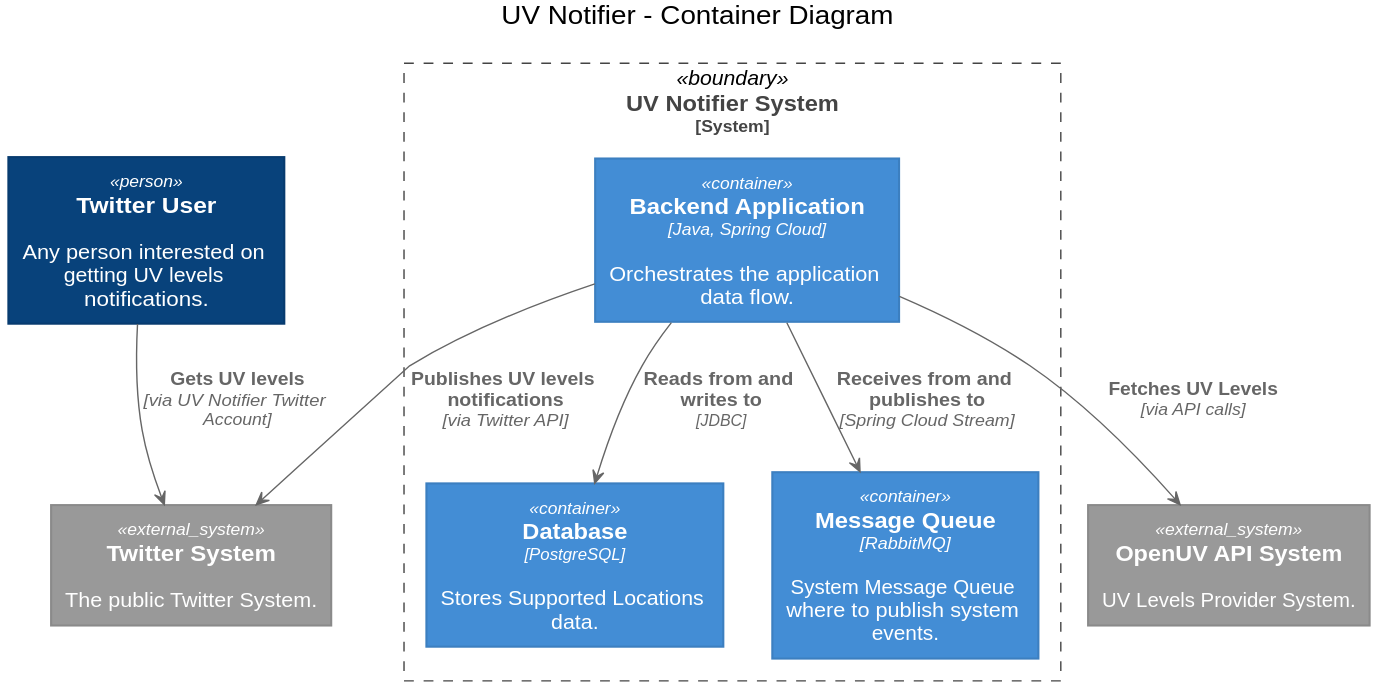
Before: docs/UVNotifier-ContainerDiagram.svg, a diagram exported from PlantUML (GrayRaccoon/UV-Notifier-bot).
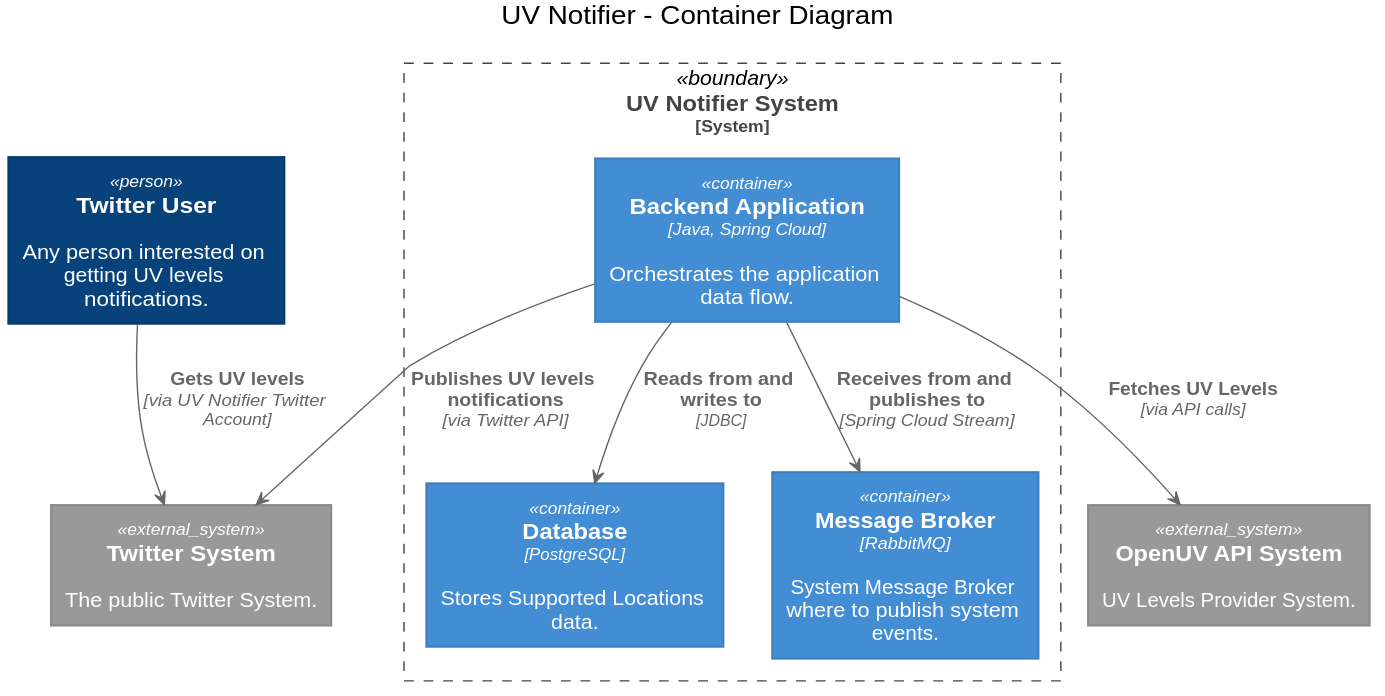
After the change.

Commit message:
[#6uj2wy] First draft of High level system design document.

Diff of the diagram source:
```diff
@@ -248,7 +248,7 @@
 rectangle "==UV Notifier System\n<size:12>[System]</size>" <<boundary>> as uvNotifierSystem {
     rectangle "==Backend Application\n//<size:12>[Java, Spring Cloud]</size>//\n\n Orchestrates the application data flow." <<container>> as backendContainer
     rectangle "==Database\n//<size:12>[PostgreSQL]</size>//\n\n Stores Supported Locations data." <<container>> as databaseContainer
-    rectangle "==Message Queue\n//<size:12>[RabbitMQ]</size>//\n\n System Message Queue where to publish system events." <<container>> as queueContainer
+    rectangle "==Message Broker\n//<size:12>[RabbitMQ]</size>//\n\n System Message Broker where to publish system events." <<container>> as queueContainer
 }
 
 rectangle "==Twitter System\n\n The public Twitter System." <<external_system>> as twitterSystem
```
